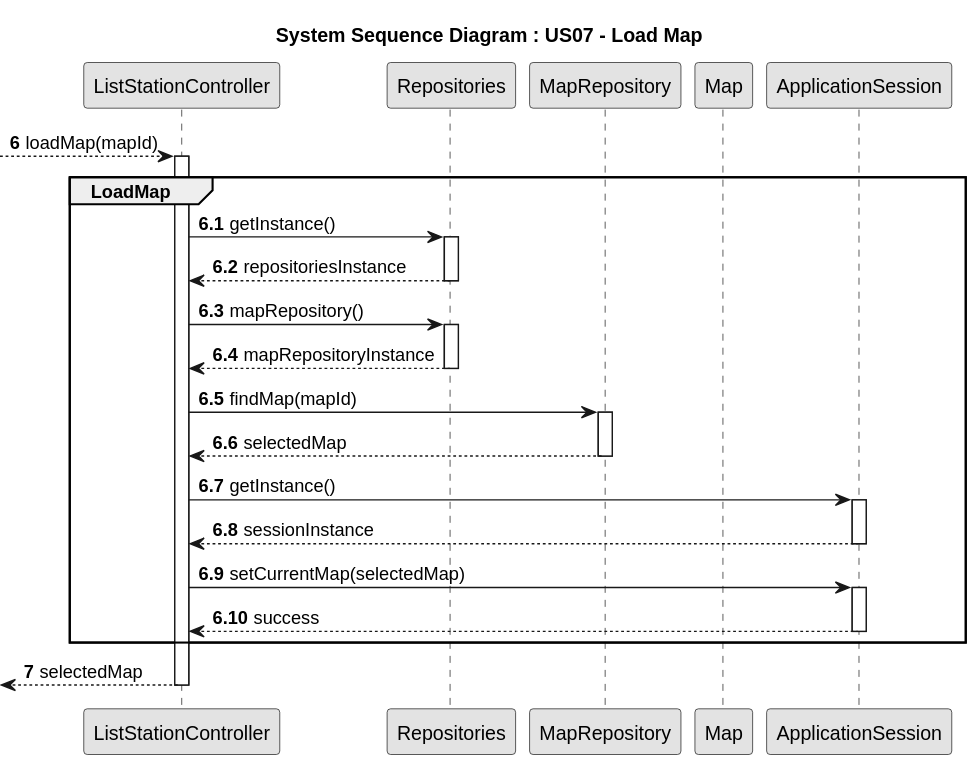
Above: docs/system-documentation/Sprint 2/US05/03.design/svg/US05-SD-partial-load-selected-map.svg in HenriqueSilva18/Railway-Network-Simulator (PlantUML), before the change.
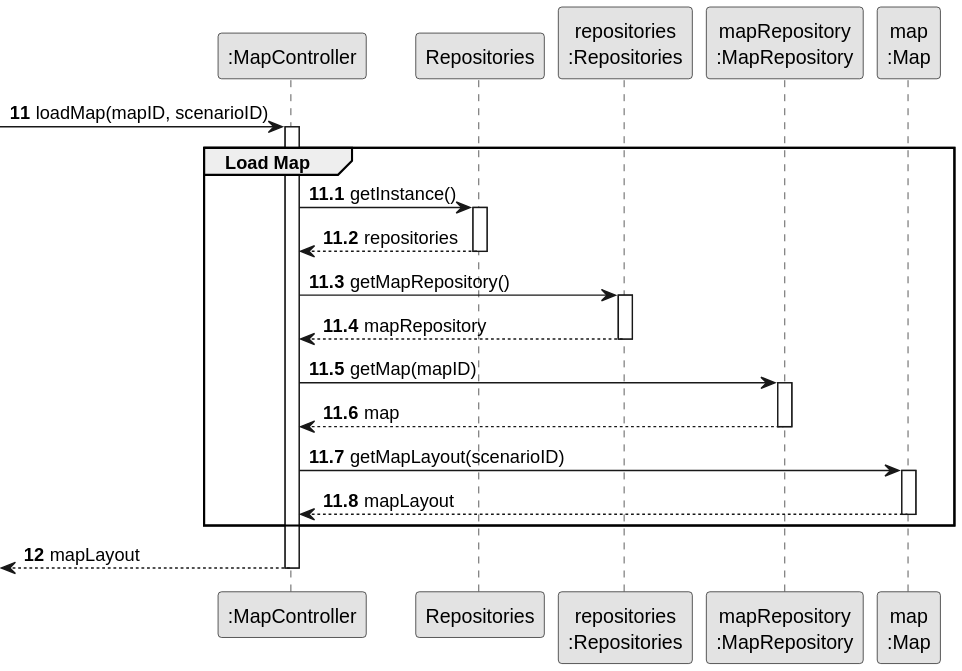
After the commit.

Change to the diagram source:
```diff
@@ -2,47 +2,41 @@
 skinparam monochrome true
 skinparam packageStyle rectangle
 skinparam shadowing false
-autonumber
 
-title System Sequence Diagram : US07 - Load Map
+participant ":MapController" as CTRL
+participant "Repositories" as REPOS
+participant "repositories\n:Repositories" as REPOS_SINGLETON
+participant "mapRepository\n:MapRepository" as MAP_REPO
+participant "map\n:Map" as MAP
 
-participant ListStationController
-participant Repositories
-participant MapRepository
-participant Map
-participant ApplicationSession
+autonumber 11
+-> CTRL: loadMap(mapID, scenarioID)
 
-autonumber 6
---> ListStationController: loadMap(mapId)
-activate ListStationController
-autonumber 6.1
-group LoadMap
-  ListStationController -> Repositories : getInstance()
-  activate Repositories
-  Repositories --> ListStationController : repositoriesInstance
-  deactivate Repositories
+autonumber 11.1
+activate CTRL
+    group Load Map
+        CTRL -> REPOS: getInstance()
+        activate REPOS
+            REPOS --> CTRL: repositories
+        deactivate REPOS
 
-  ListStationController -> Repositories : mapRepository()
-  activate Repositories
-  Repositories --> ListStationController : mapRepositoryInstance
-  deactivate Repositories
+        CTRL -> REPOS_SINGLETON: getMapRepository()
+        activate REPOS_SINGLETON
+            REPOS_SINGLETON --> CTRL: mapRepository
+        deactivate REPOS_SINGLETON
 
-  ListStationController -> MapRepository : findMap(mapId)
-  activate MapRepository
-  MapRepository --> ListStationController : selectedMap
-  deactivate MapRepository
+        CTRL -> MAP_REPO: getMap(mapID)
+        activate MAP_REPO
+            MAP_REPO --> CTRL: map
+        deactivate MAP_REPO
 
-  ListStationController -> ApplicationSession : getInstance()
-  activate ApplicationSession
-  ApplicationSession --> ListStationController : sessionInstance
-  deactivate ApplicationSession
+        CTRL -> MAP: getMapLayout(scenarioID)
+        activate MAP
+            MAP --> CTRL: mapLayout
+        deactivate MAP
+    end
 
-  ListStationController -> ApplicationSession : setCurrentMap(selectedMap)
-  activate ApplicationSession
-  ApplicationSession --> ListStationController : success
-  deactivate ApplicationSession
-end
-autonumber 7
-<-- ListStationController : selectedMap
-deactivate ListStationController
+autonumber 12
+    <-- CTRL: mapLayout
+deactivate CTRL
 @enduml
```
